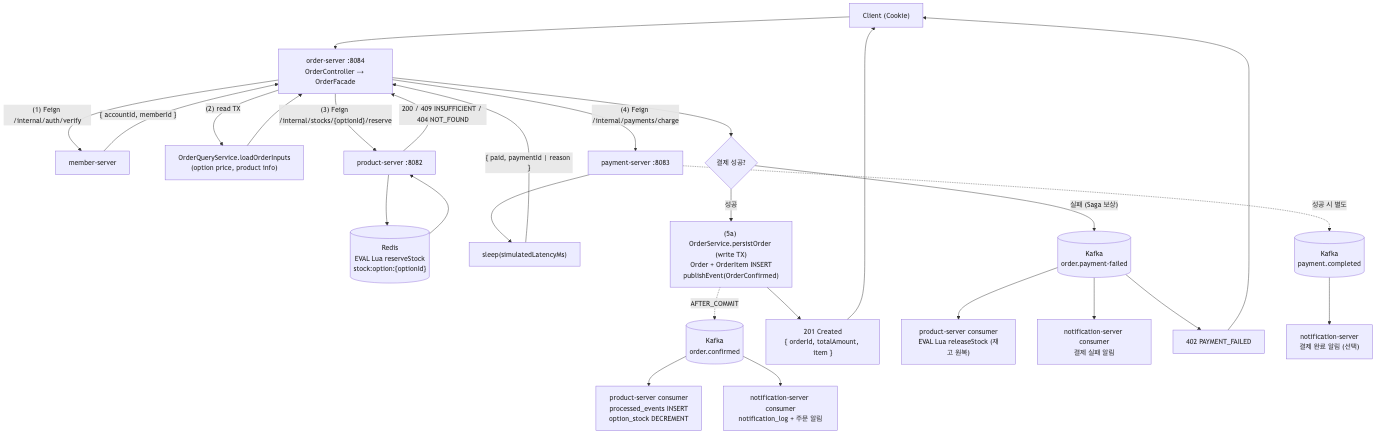
This is mini-coupang/diagrams/img/11-place-order.png from ing9990/deep-blog, a Mermaid export, as it was before one commit. Its source is kept beside it as mini-coupang/diagrams/src/11-place-order.mmd. Source of this version:
```mermaid
flowchart TD
    C["Client (Cookie)"] --> OC["order-server :8084<br/>OrderController → OrderFacade"]

    OC -- "(1) Feign /internal/auth/verify" --> M["member-server"]
    M -- "{ accountId, memberId }" --> OC

    OC -- "(2) read TX" --> OQ["OrderQueryService.loadOrderInputs<br/>(option price, product info)"]
    OQ --> OC

    OC -- "(3) Feign /internal/stocks/{optionId}/reserve" --> P["product-server :8082"]
    P --> RL[("Redis<br/>EVAL Lua reserveStock<br/>stock:option:{optionId}")]
    RL --> P
    P -- "200 / 409 INSUFFICIENT / 404 NOT_FOUND" --> OC

    OC -- "(4) Feign /internal/payments/charge" --> Pay["payment-server :8083"]
    Pay --> Sleep["sleep(simulatedLatencyMs)"]
    Sleep -- "{ paid, paymentId | reason }" --> OC

    OC --> Branch{결제 성공?}

    Branch -- "성공" --> Persist["(5a) OrderService.persistOrder (write TX)<br/>Order + OrderItem INSERT<br/>publishEvent(OrderConfirmed)"]
    Persist -. "AFTER_COMMIT" .-> KOC[("Kafka<br/>order.confirmed")]
    KOC --> PCons["product-server consumer<br/>processed_events INSERT<br/>option_stock DECREMENT"]
    KOC --> NCons["notification-server consumer<br/>notification_log + 주문 알림"]
    Persist --> R201["201 Created<br/>{ orderId, totalAmount, item }"]
    R201 --> C

    Branch -- "실패 (Saga 보상)" --> KOF[("Kafka<br/>order.payment-failed")]
    KOF --> PRel["product-server consumer<br/>EVAL Lua releaseStock (재고 원복)"]
    KOF --> NFail["notification-server consumer<br/>결제 실패 알림"]
    KOF --> R402["402 PAYMENT_FAILED"]
    R402 --> C

    Pay -. "성공 시 별도" .-> KPC[("Kafka<br/>payment.completed")]
    KPC --> NPay["notification-server<br/>결제 완료 알림 (선택)"]
```
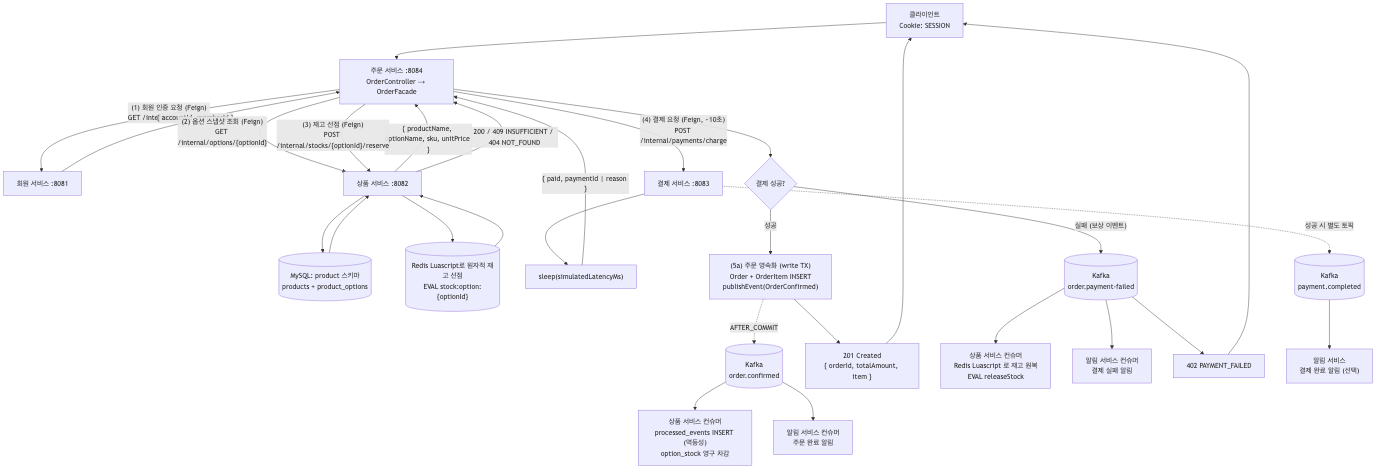
After the commit.

Diff of the diagram source:
```diff
@@ -1,35 +1,37 @@
 flowchart TD
-    C["Client (Cookie)"] --> OC["order-server :8084<br/>OrderController → OrderFacade"]
+    C["클라이언트<br/>Cookie: SESSION"] --> OC["주문 서비스 :8084<br/>OrderController → OrderFacade"]
 
-    OC -- "(1) Feign /internal/auth/verify" --> M["member-server"]
+    OC -- "(1) 회원 인증 요청 (Feign)<br/>GET /internal/auth/verify" --> M["회원 서비스 :8081"]
     M -- "{ accountId, memberId }" --> OC
 
-    OC -- "(2) read TX" --> OQ["OrderQueryService.loadOrderInputs<br/>(option price, product info)"]
-    OQ --> OC
+    OC -- "(2) 옵션 스냅샷 조회 (Feign)<br/>GET /internal/options/{optionId}" --> P["상품 서비스 :8082"]
+    P --> POD[("MySQL: product 스키마<br/>products + product_options")]
+    POD --> P
+    P -- "{ productName, optionName, sku, unitPrice }" --> OC
 
-    OC -- "(3) Feign /internal/stocks/{optionId}/reserve" --> P["product-server :8082"]
-    P --> RL[("Redis<br/>EVAL Lua reserveStock<br/>stock:option:{optionId}")]
+    OC -- "(3) 재고 선점 (Feign)<br/>POST /internal/stocks/{optionId}/reserve" --> P
+    P --> RL[("Redis Luascript로 원자적 재고 선점<br/>EVAL stock:option:{optionId}")]
     RL --> P
     P -- "200 / 409 INSUFFICIENT / 404 NOT_FOUND" --> OC
 
-    OC -- "(4) Feign /internal/payments/charge" --> Pay["payment-server :8083"]
+    OC -- "(4) 결제 요청 (Feign, ~10초)<br/>POST /internal/payments/charge" --> Pay["결제 서비스 :8083"]
     Pay --> Sleep["sleep(simulatedLatencyMs)"]
     Sleep -- "{ paid, paymentId | reason }" --> OC
 
     OC --> Branch{결제 성공?}
 
-    Branch -- "성공" --> Persist["(5a) OrderService.persistOrder (write TX)<br/>Order + OrderItem INSERT<br/>publishEvent(OrderConfirmed)"]
+    Branch -- "성공" --> Persist["(5a) 주문 영속화 (write TX)<br/>Order + OrderItem INSERT<br/>publishEvent(OrderConfirmed)"]
     Persist -. "AFTER_COMMIT" .-> KOC[("Kafka<br/>order.confirmed")]
-    KOC --> PCons["product-server consumer<br/>processed_events INSERT<br/>option_stock DECREMENT"]
-    KOC --> NCons["notification-server consumer<br/>notification_log + 주문 알림"]
+    KOC --> PCons["상품 서비스 컨슈머<br/>processed_events INSERT (멱등성)<br/>option_stock 영구 차감"]
+    KOC --> NCons["알림 서비스 컨슈머<br/>주문 완료 알림"]
     Persist --> R201["201 Created<br/>{ orderId, totalAmount, item }"]
     R201 --> C
 
-    Branch -- "실패 (Saga 보상)" --> KOF[("Kafka<br/>order.payment-failed")]
-    KOF --> PRel["product-server consumer<br/>EVAL Lua releaseStock (재고 원복)"]
-    KOF --> NFail["notification-server consumer<br/>결제 실패 알림"]
+    Branch -- "실패 (보상 이벤트)" --> KOF[("Kafka<br/>order.payment-failed")]
+    KOF --> PRel["상품 서비스 컨슈머<br/>Redis Luascript 로 재고 원복<br/>EVAL releaseStock"]
+    KOF --> NFail["알림 서비스 컨슈머<br/>결제 실패 알림"]
     KOF --> R402["402 PAYMENT_FAILED"]
     R402 --> C
 
-    Pay -. "성공 시 별도" .-> KPC[("Kafka<br/>payment.completed")]
-    KPC --> NPay["notification-server<br/>결제 완료 알림 (선택)"]
+    Pay -. "성공 시 별도 토픽" .-> KPC[("Kafka<br/>payment.completed")]
+    KPC --> NPay["알림 서비스<br/>결제 완료 알림 (선택)"]
```
